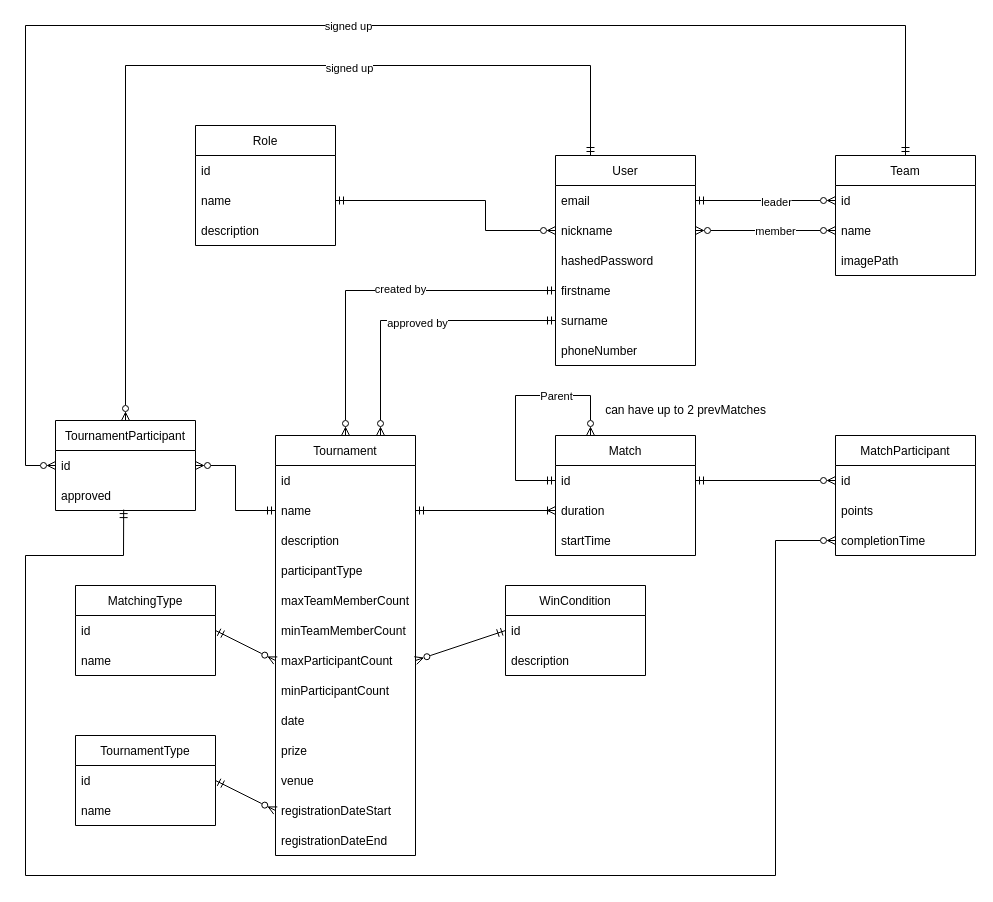
PreGros/IIS_Project keeps this draw.io diagram as erd.drawio. Above is the earlier version. Source tidied: cells renumbered, new cells numbered last; positions are measured from the earlier drawing's top-left corner, leaving out a move shared by most shapes. Both pictures are drawn from the tidied source at 100%, with x=0, y=0 at pixel (25, 25).
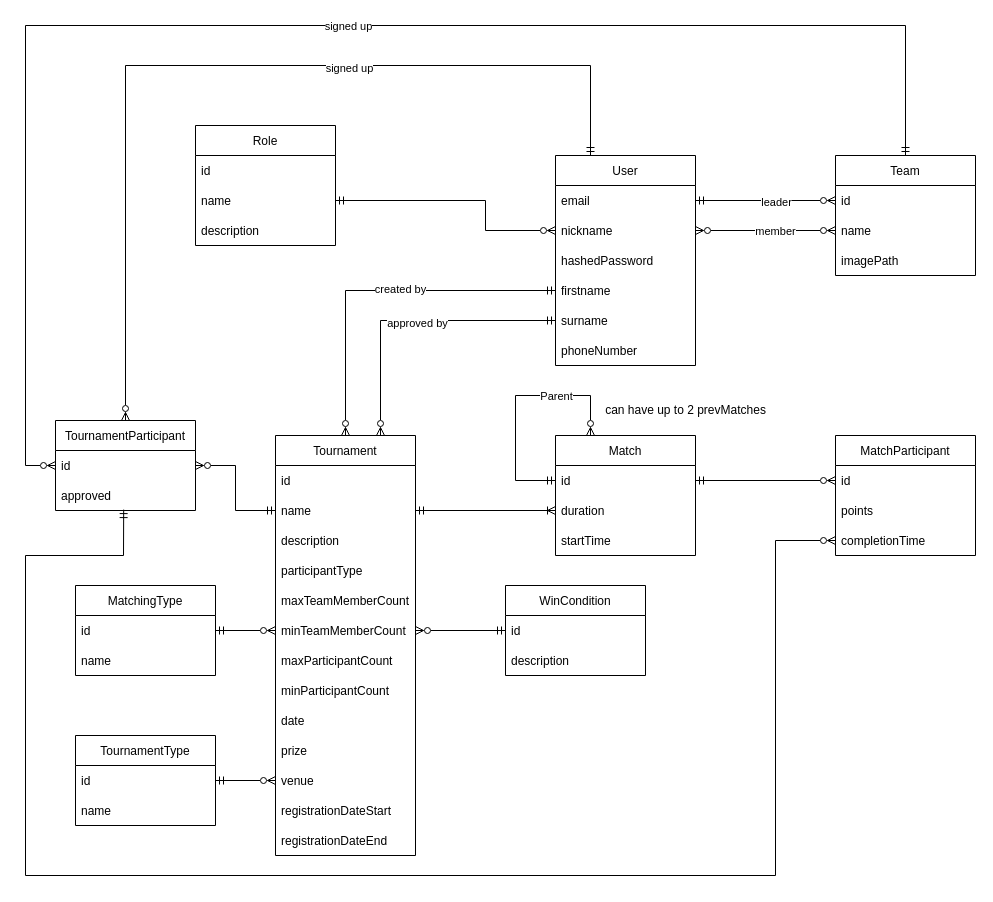
After the change.

The change refers to these unchanged cells:
```xml
<mxCell id="49" value="minTeamMemberCount" style="text;strokeColor=none;fillColor=none;align=left;verticalAlign=middle;spacingLeft=4;spacingRight=4;overflow=hidden;points=[[0,0.5],[1,0.5]];portConstraint=eastwest;" parent="43" vertex="1">
  <mxGeometry y="180" width="140" height="30" as="geometry" />
</mxCell>
<mxCell id="50" value="maxParticipantCount" style="text;strokeColor=none;fillColor=none;align=left;verticalAlign=middle;spacingLeft=4;spacingRight=4;overflow=hidden;points=[[0,0.5],[1,0.5]];portConstraint=eastwest;" parent="43" vertex="1">
  <mxGeometry y="210" width="140" height="30" as="geometry" />
</mxCell>
<mxCell id="54" value="venue" style="text;strokeColor=none;fillColor=none;align=left;verticalAlign=middle;spacingLeft=4;spacingRight=4;overflow=hidden;points=[[0,0.5],[1,0.5]];portConstraint=eastwest;" parent="43" vertex="1">
  <mxGeometry y="330" width="140" height="30" as="geometry" />
</mxCell>
<mxCell id="55" value="registrationDateStart" style="text;strokeColor=none;fillColor=none;align=left;verticalAlign=middle;spacingLeft=4;spacingRight=4;overflow=hidden;points=[[0,0.5],[1,0.5]];portConstraint=eastwest;" parent="43" vertex="1">
  <mxGeometry y="360" width="140" height="30" as="geometry" />
</mxCell>
<mxCell id="63" value="id" style="text;strokeColor=none;fillColor=none;align=left;verticalAlign=middle;spacingLeft=4;spacingRight=4;overflow=hidden;points=[[0,0.5],[1,0.5]];portConstraint=eastwest;" parent="62" vertex="1">
  <mxGeometry y="30" width="140" height="30" as="geometry" />
</mxCell>
<mxCell id="68" value="id" style="text;strokeColor=none;fillColor=none;align=left;verticalAlign=middle;spacingLeft=4;spacingRight=4;overflow=hidden;points=[[0,0.5],[1,0.5]];portConstraint=eastwest;" parent="67" vertex="1">
  <mxGeometry y="30" width="140" height="30" as="geometry" />
</mxCell>
<mxCell id="72" value="id" style="text;strokeColor=none;fillColor=none;align=left;verticalAlign=middle;spacingLeft=4;spacingRight=4;overflow=hidden;points=[[0,0.5],[1,0.5]];portConstraint=eastwest;" parent="71" vertex="1">
  <mxGeometry y="30" width="140" height="30" as="geometry" />
</mxCell>
```

What changed in the source:
```diff
@@
-    <mxCell id="65" style="edgeStyle=none;rounded=0;html=1;exitX=0;exitY=0.5;exitDx=0;exitDy=0;entryX=1;entryY=0.5;entryDx=0;entryDy=0;startArrow=ERmandOne;startFill=0;endArrow=ERzeroToMany;endFill=0;" parent="1" edge="1" source="63" target="50">
+    <mxCell id="65" style="edgeStyle=none;rounded=0;html=1;exitX=0;exitY=0.5;exitDx=0;exitDy=0;entryX=1;entryY=0.5;entryDx=0;entryDy=0;startArrow=ERmandOne;startFill=0;endArrow=ERzeroToMany;endFill=0;" parent="1" edge="1" source="63" target="49">
       <mxGeometry relative="1" as="geometry" />
     </mxCell>
-    <mxCell id="66" style="edgeStyle=none;rounded=0;html=1;entryX=0;entryY=0.5;entryDx=0;entryDy=0;startArrow=ERmandOne;startFill=0;endArrow=ERzeroToMany;endFill=0;exitX=1;exitY=0.5;exitDx=0;exitDy=0;" parent="1" edge="1" source="68" target="50">
+    <mxCell id="66" style="edgeStyle=none;rounded=0;html=1;entryX=0;entryY=0.5;entryDx=0;entryDy=0;startArrow=ERmandOne;startFill=0;endArrow=ERzeroToMany;endFill=0;exitX=1;exitY=0.5;exitDx=0;exitDy=0;" parent="1" edge="1" source="68" target="49">
       <mxGeometry relative="1" as="geometry" />
     </mxCell>
@@
-    <mxCell id="70" style="edgeStyle=none;rounded=0;html=1;entryX=0;entryY=0.5;entryDx=0;entryDy=0;startArrow=ERmandOne;startFill=0;endArrow=ERzeroToMany;endFill=0;exitX=1;exitY=0.5;exitDx=0;exitDy=0;" parent="1" edge="1" source="72" target="55">
+    <mxCell id="70" style="edgeStyle=none;rounded=0;html=1;entryX=0;entryY=0.5;entryDx=0;entryDy=0;startArrow=ERmandOne;startFill=0;endArrow=ERzeroToMany;endFill=0;exitX=1;exitY=0.5;exitDx=0;exitDy=0;" parent="1" edge="1" source="72" target="54">
       <mxGeometry relative="1" as="geometry" />
     </mxCell>
```
